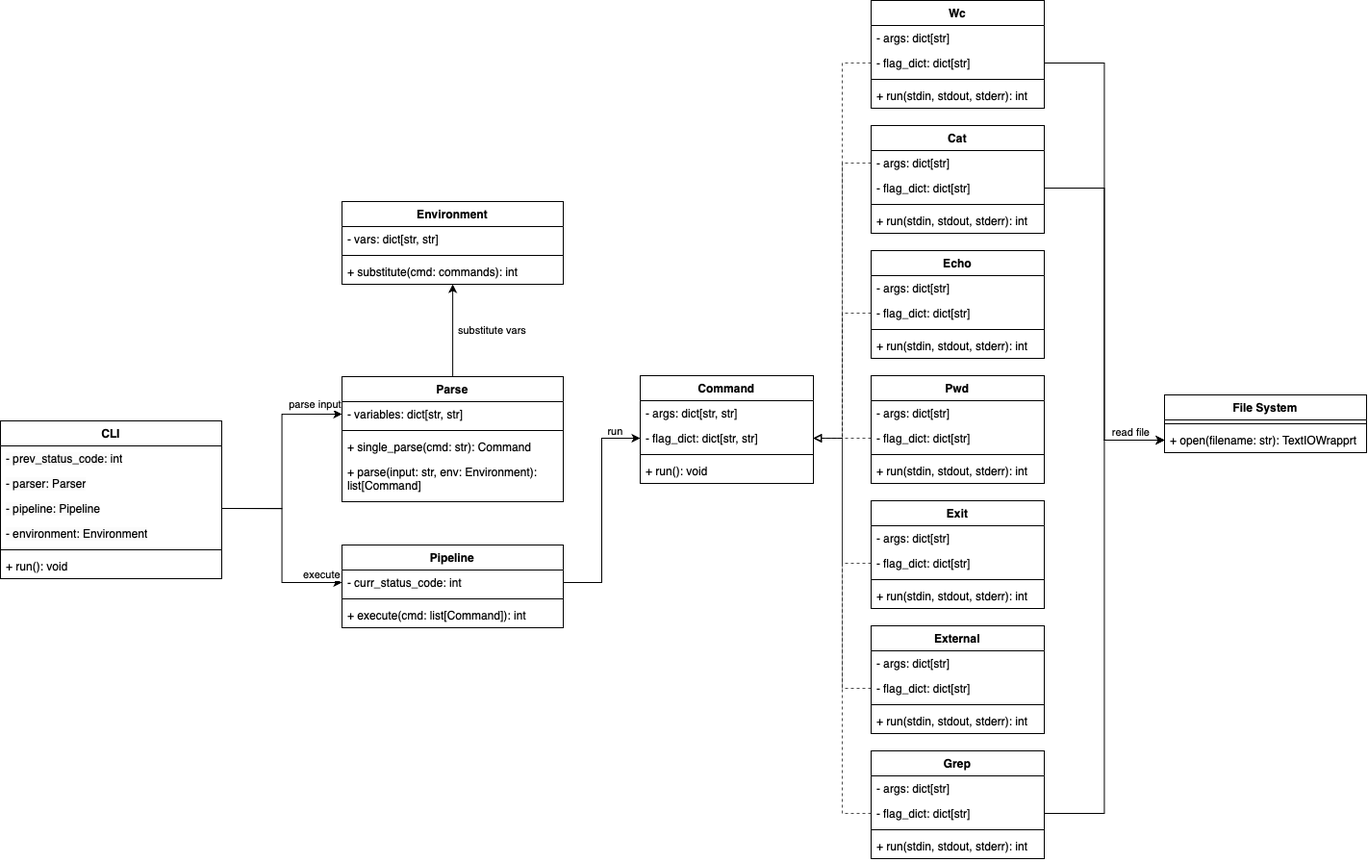
lilyreber/SD_CLI keeps this draw.io diagram as images/class_diagram.png. Above is the earlier version. Source tidied: cells renumbered, new cells last; positions are measured from the earlier drawing's top-left corner, leaving out a move shared by most shapes.
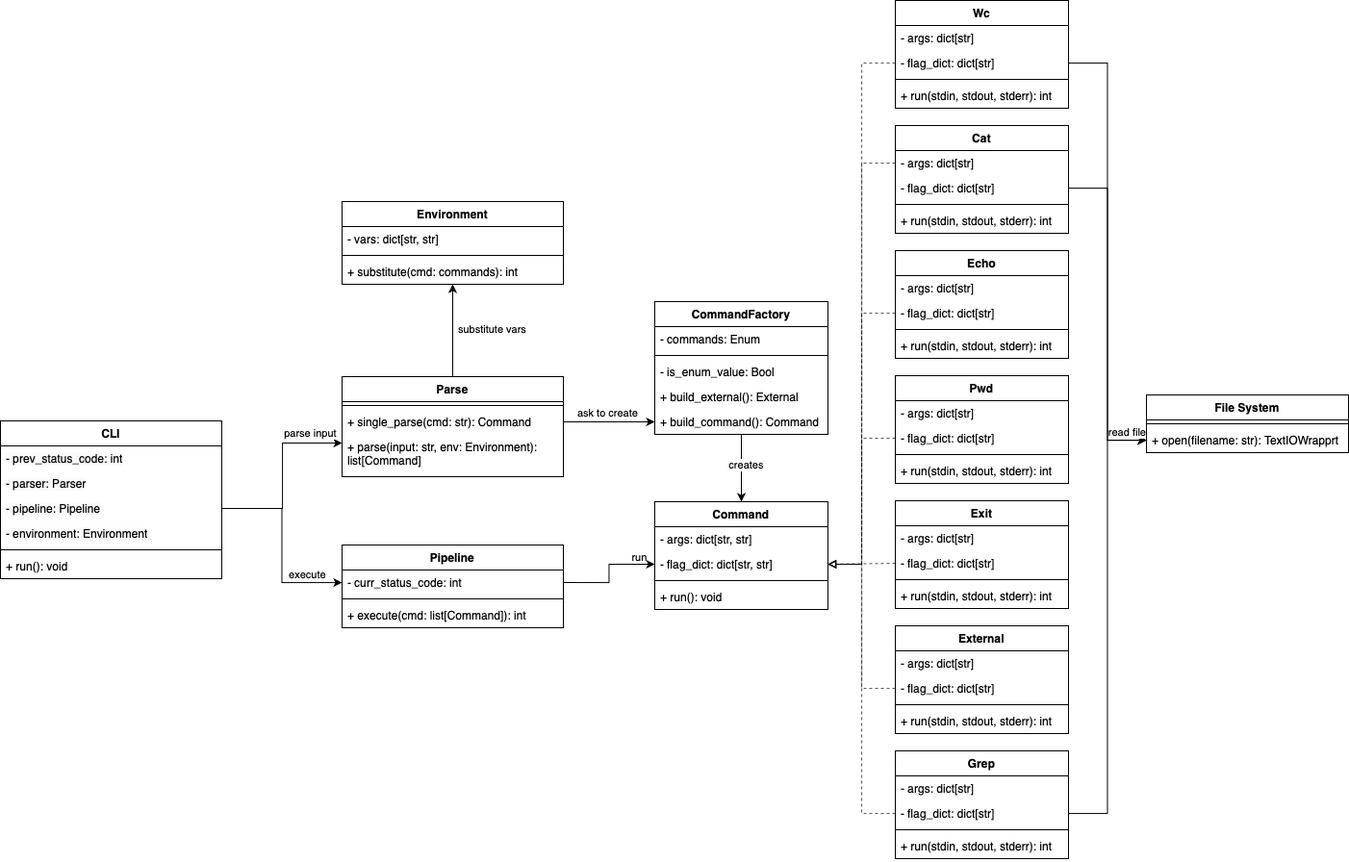
After the change.

What changed in the source:
```diff
@@ -3,7 +3,7 @@
     <mxCell id="0" />
     <mxCell id="1" parent="0" />
     <mxCell id="2" value="СLI" style="swimlane;fontStyle=1;align=center;verticalAlign=top;horizontal=1;startSize=26;whiteSpace=wrap;html=1;" parent="1" vertex="1">
-      <mxGeometry y="437" width="230" height="164" as="geometry" />
+      <mxGeometry x="-25" y="437" width="230" height="164" as="geometry" />
     </mxCell>
     <mxCell id="3" value="&lt;span style=&quot;caret-color: rgb(0, 0, 0); color: rgb(0, 0, 0); font-family: Helvetica; font-size: 12px; font-style: normal; font-variant-caps: normal; font-weight: 400; letter-spacing: normal; orphans: auto; text-align: left; text-indent: 0px; text-transform: none; white-space: normal; widows: auto; word-spacing: 0px; -webkit-text-stroke-width: 0px; background-color: rgb(251, 251, 251); text-decoration: none; display: inline !important; float: none;&quot;&gt;- prev_status_code: int&lt;/span&gt;" style="text;strokeColor=none;fillColor=none;align=left;verticalAlign=top;spacingLeft=4;spacingRight=4;overflow=hidden;whiteSpace=wrap;html=1;" parent="2" vertex="1">
       <mxGeometry y="26" width="230" height="26" as="geometry" />
@@ -24,7 +24,7 @@
       <mxGeometry y="138" width="230" height="26" as="geometry" />
     </mxCell>
     <mxCell id="9" value="Command" style="swimlane;fontStyle=1;align=center;verticalAlign=top;horizontal=1;startSize=26;whiteSpace=wrap;html=1;" parent="1" vertex="1">
-      <mxGeometry x="665" y="390" width="180" height="112" as="geometry" />
+      <mxGeometry x="655" y="521" width="180" height="112" as="geometry" />
     </mxCell>
     <mxCell id="10" value="- args: dict[str, str]&lt;div&gt;&lt;br&gt;&lt;/div&gt;" style="text;strokeColor=none;fillColor=none;align=left;verticalAlign=top;spacingLeft=4;spacingRight=4;overflow=hidden;whiteSpace=wrap;html=1;" parent="9" vertex="1">
       <mxGeometry y="26" width="180" height="26" as="geometry" />
@@ -167,8 +167,8 @@
     <mxCell id="56" style="edgeStyle=orthogonalEdgeStyle;rounded=0;jettySize=auto;html=1;" parent="1" edge="1" source="58" target="70">
       <mxGeometry relative="1" as="geometry">
         <Array as="points">
-          <mxPoint x="470" y="350" />
-          <mxPoint x="470" y="350" />
+          <mxPoint x="445" y="350" />
+          <mxPoint x="445" y="350" />
         </Array>
       </mxGeometry>
     </mxCell>
@@ -178,22 +178,19 @@
       </mxGeometry>
     </mxCell>
     <mxCell id="58" value="Parse" style="swimlane;fontStyle=1;align=center;verticalAlign=top;horizontal=1;startSize=26;whiteSpace=wrap;html=1;" parent="1" vertex="1">
-      <mxGeometry x="355" y="391" width="230" height="130" as="geometry" />
+      <mxGeometry x="330" y="391" width="230" height="104" as="geometry" />
     </mxCell>
-    <mxCell id="59" value="- variables: dict[str, str]" style="text;strokeColor=none;fillColor=none;align=left;verticalAlign=top;spacingLeft=4;spacingRight=4;overflow=hidden;points=[[0,0.5],[1,0.5]];portConstraint=eastwest;whiteSpace=wrap;html=1;" parent="58" vertex="1">
-      <mxGeometry y="26" width="230" height="26" as="geometry" />
-    </mxCell>
     <mxCell id="60" style="line;strokeWidth=1;fillColor=none;align=left;verticalAlign=middle;spacingTop=-1;spacingLeft=3;spacingRight=3;labelPosition=right;strokeColor=inherit;" parent="58" vertex="1">
-      <mxGeometry y="52" width="230" height="8" as="geometry" />
+      <mxGeometry y="26" width="230" height="8" as="geometry" />
     </mxCell>
     <mxCell id="61" value="+ single_parse(cmd: str): Command&lt;div&gt;&lt;br&gt;&lt;/div&gt;" style="text;strokeColor=none;fillColor=none;align=left;verticalAlign=top;spacingLeft=4;spacingRight=4;overflow=hidden;points=[[0,0.5],[1,0.5]];portConstraint=eastwest;whiteSpace=wrap;html=1;" parent="58" vertex="1">
-      <mxGeometry y="60" width="230" height="26" as="geometry" />
+      <mxGeometry y="34" width="230" height="26" as="geometry" />
     </mxCell>
     <mxCell id="62" value="+ parse(input: str, env: Environment): list[Command]&lt;div&gt;&lt;br&gt;&lt;/div&gt;" style="text;strokeColor=none;fillColor=none;align=left;verticalAlign=top;spacingLeft=4;spacingRight=4;overflow=hidden;whiteSpace=wrap;html=1;" parent="58" vertex="1">
-      <mxGeometry y="86" width="230" height="44" as="geometry" />
+      <mxGeometry y="60" width="230" height="44" as="geometry" />
     </mxCell>
     <mxCell id="63" value="Pipeline" style="swimlane;fontStyle=1;align=center;verticalAlign=top;horizontal=1;startSize=26;whiteSpace=wrap;html=1;" parent="1" vertex="1">
-      <mxGeometry x="355" y="566" width="230" height="86" as="geometry" />
+      <mxGeometry x="330" y="566" width="230" height="86" as="geometry" />
     </mxCell>
     <mxCell id="64" value="- curr_status_code: int" style="text;strokeColor=none;fillColor=none;align=left;verticalAlign=top;spacingLeft=4;spacingRight=4;overflow=hidden;points=[[0,0.5],[1,0.5]];portConstraint=eastwest;whiteSpace=wrap;html=1;" parent="63" vertex="1">
       <mxGeometry y="26" width="230" height="26" as="geometry" />
@@ -205,7 +202,7 @@
       <mxGeometry y="60" width="230" height="26" as="geometry" />
     </mxCell>
     <mxCell id="67" value="Environment" style="swimlane;fontStyle=1;align=center;verticalAlign=top;horizontal=1;startSize=26;whiteSpace=wrap;html=1;" parent="1" vertex="1">
-      <mxGeometry x="355" y="209" width="230" height="86" as="geometry" />
+      <mxGeometry x="330" y="209" width="230" height="86" as="geometry" />
     </mxCell>
     <mxCell id="68" value="- vars: dict[str, str]" style="text;strokeColor=none;fillColor=none;align=left;verticalAlign=top;spacingLeft=4;spacingRight=4;overflow=hidden;whiteSpace=wrap;html=1;" parent="67" vertex="1">
       <mxGeometry y="26" width="230" height="26" as="geometry" />
@@ -216,12 +213,19 @@
     <mxCell id="70" value="+ substitute(cmd: commands): int&lt;div&gt;&lt;br&gt;&lt;/div&gt;" style="text;strokeColor=none;fillColor=none;align=left;verticalAlign=top;spacingLeft=4;spacingRight=4;overflow=hidden;points=[[0,0.5],[1,0.5]];portConstraint=eastwest;whiteSpace=wrap;html=1;" parent="67" vertex="1">
       <mxGeometry y="60" width="230" height="26" as="geometry" />
     </mxCell>
-    <mxCell id="71" style="edgeStyle=orthogonalEdgeStyle;rounded=0;jettySize=auto;html=1;exitX=1;exitY=0.5;exitDx=0;exitDy=0;entryX=0;entryY=0.5;entryDx=0;entryDy=0;" parent="1" edge="1" source="5" target="59">
-      <mxGeometry relative="1" as="geometry" />
+    <mxCell id="71" style="edgeStyle=orthogonalEdgeStyle;rounded=0;jettySize=auto;html=1;exitX=1;exitY=0.5;exitDx=0;exitDy=0;" parent="1" edge="1" source="5">
+      <mxGeometry relative="1" as="geometry">
+        <mxPoint x="330" y="460" as="targetPoint" />
+        <Array as="points">
+          <mxPoint x="268" y="528" />
+          <mxPoint x="268" y="460" />
+          <mxPoint x="330" y="460" />
+        </Array>
+      </mxGeometry>
     </mxCell>
     <mxCell id="72" value="parse input" style="edgeLabel;html=1;align=center;verticalAlign=middle;" parent="71" vertex="1">
       <mxGeometry x="0.9" y="2" relative="1" as="geometry">
-        <mxPoint x="-17" y="-9" as="offset" />
+        <mxPoint x="-24" y="-9" as="offset" />
       </mxGeometry>
     </mxCell>
     <mxCell id="73" style="edgeStyle=orthogonalEdgeStyle;rounded=0;jettySize=auto;html=1;align=center;exitX=1;exitY=0.5;exitDx=0;exitDy=0;" parent="1" edge="1" source="5" target="64">
@@ -229,7 +233,7 @@
     </mxCell>
     <mxCell id="74" value="execute" style="edgeLabel;html=1;align=center;verticalAlign=middle;" parent="73" vertex="1">
       <mxGeometry x="0.91" y="-1" relative="1" as="geometry">
-        <mxPoint x="-14" y="-10" as="offset" />
+        <mxPoint x="-29" y="-10" as="offset" />
       </mxGeometry>
     </mxCell>
     <mxCell id="75" style="edgeStyle=orthogonalEdgeStyle;rounded=0;jettySize=auto;html=1;exitX=1;exitY=0.5;exitDx=0;exitDy=0;entryX=0;entryY=0.5;entryDx=0;entryDy=0;" parent="1" edge="1" source="64" target="11">
@@ -241,7 +245,7 @@
       </mxGeometry>
     </mxCell>
     <mxCell id="77" value="File System" style="swimlane;fontStyle=1;align=center;verticalAlign=top;horizontal=1;startSize=26;whiteSpace=wrap;html=1;" parent="1" vertex="1">
-      <mxGeometry x="1210" y="410" width="210" height="60" as="geometry" />
+      <mxGeometry x="1166" y="410" width="210" height="60" as="geometry" />
     </mxCell>
     <mxCell id="78" style="line;strokeWidth=1;fillColor=none;align=left;verticalAlign=middle;spacingTop=-1;spacingLeft=3;spacingRight=3;labelPosition=right;strokeColor=inherit;" parent="77" vertex="1">
       <mxGeometry y="26" width="210" height="8" as="geometry" />
@@ -260,8 +264,42 @@
     </mxCell>
     <mxCell id="83" value="read file" style="edgeLabel;html=1;align=center;verticalAlign=middle;" parent="82" vertex="1">
       <mxGeometry x="0.85" y="-3" relative="1" as="geometry">
-        <mxPoint x="1" y="-12" as="offset" />
+        <mxPoint x="14" y="-12" as="offset" />
       </mxGeometry>
     </mxCell>
+    <mxCell id="84" style="edgeStyle=orthogonalEdgeStyle;rounded=0;jettySize=auto;html=1;entryX=0.5;entryY=0;entryDx=0;entryDy=0;" parent="1" edge="1" source="86" target="9">
+      <mxGeometry relative="1" as="geometry" />
+    </mxCell>
+    <mxCell id="85" value="creates" style="edgeLabel;html=1;align=center;verticalAlign=middle;" parent="84" vertex="1">
+      <mxGeometry x="-0.12" y="-3" relative="1" as="geometry">
+        <mxPoint x="7" as="offset" />
+      </mxGeometry>
+    </mxCell>
+    <mxCell id="86" value="CommandFactory" style="swimlane;fontStyle=1;align=center;verticalAlign=top;horizontal=1;startSize=26;whiteSpace=wrap;html=1;" parent="1" vertex="1">
+      <mxGeometry x="655" y="313" width="180" height="138" as="geometry" />
+    </mxCell>
+    <mxCell id="87" value="- commands: Enum&lt;div&gt;&lt;br&gt;&lt;/div&gt;" style="text;strokeColor=none;fillColor=none;align=left;verticalAlign=top;spacingLeft=4;spacingRight=4;overflow=hidden;whiteSpace=wrap;html=1;" parent="86" vertex="1">
+      <mxGeometry y="26" width="180" height="26" as="geometry" />
+    </mxCell>
+    <mxCell id="88" style="line;strokeWidth=1;fillColor=none;align=left;verticalAlign=middle;spacingTop=-1;spacingLeft=3;spacingRight=3;labelPosition=right;strokeColor=inherit;" parent="86" vertex="1">
+      <mxGeometry y="52" width="180" height="8" as="geometry" />
+    </mxCell>
+    <mxCell id="89" value="- is_enum_value: Bool&lt;div&gt;&lt;br&gt;&lt;/div&gt;" style="text;strokeColor=none;fillColor=none;align=left;verticalAlign=top;spacingLeft=4;spacingRight=4;overflow=hidden;whiteSpace=wrap;html=1;" parent="86" vertex="1">
+      <mxGeometry y="60" width="180" height="26" as="geometry" />
+    </mxCell>
+    <mxCell id="90" value="+ build_external(): External" style="text;strokeColor=none;fillColor=none;align=left;verticalAlign=top;spacingLeft=4;spacingRight=4;overflow=hidden;whiteSpace=wrap;html=1;" parent="86" vertex="1">
+      <mxGeometry y="86" width="180" height="26" as="geometry" />
+    </mxCell>
+    <mxCell id="91" value="+ build_command(): Command" style="text;strokeColor=none;fillColor=none;align=left;verticalAlign=top;spacingLeft=4;spacingRight=4;overflow=hidden;points=[[0,0.5],[1,0.5]];portConstraint=eastwest;whiteSpace=wrap;html=1;" parent="86" vertex="1">
+      <mxGeometry y="112" width="180" height="26" as="geometry" />
+    </mxCell>
+    <mxCell id="92" style="edgeStyle=orthogonalEdgeStyle;rounded=0;jettySize=auto;html=1;" parent="1" edge="1" source="61" target="91">
+      <mxGeometry relative="1" as="geometry" />
+    </mxCell>
+    <mxCell id="93" value="ask to create" style="edgeLabel;html=1;align=center;verticalAlign=middle;" parent="92" vertex="1">
+      <mxGeometry x="-0.69" y="5" relative="1" as="geometry">
+        <mxPoint x="30" y="-5" as="offset" />
+      </mxGeometry>
+    </mxCell>
   </root>
 </mxGraphModel>
```
